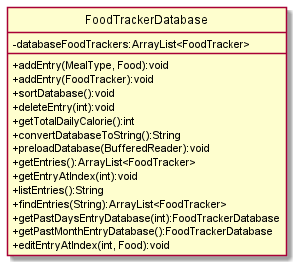
praj-bellakka/tp keeps this PlantUML diagram as docs/diagrams-DG/FoodTrackerDatabase_Class.png. Above is the earlier version.
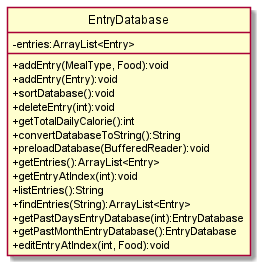
The same diagram one commit later.

The edit, as a diff of the source:
```diff
@@ -3,21 +3,21 @@
 hide circle
 skinparam classAttributeIconSize 0
 
-class FoodTrackerDatabase {
-- databaseFoodTrackers:ArrayList<FoodTracker>
+class EntryDatabase {
+- entries:ArrayList<Entry>
 + addEntry(MealType, Food):void
-+ addEntry(FoodTracker):void
++ addEntry(Entry):void
 + sortDatabase():void
 + deleteEntry(int):void
 + getTotalDailyCalorie():int
 + convertDatabaseToString():String
 + preloadDatabase(BufferedReader):void
-+ getEntries():ArrayList<FoodTracker>
++ getEntries():ArrayList<Entry>
 + getEntryAtIndex(int):void
 + listEntries():String
-+ findEntries(String):ArrayList<FoodTracker>
-+ getPastDaysEntryDatabase(int):FoodTrackerDatabase
-+ getPastMonthEntryDatabase():FoodTrackerDatabase
++ findEntries(String):ArrayList<Entry>
++ getPastDaysEntryDatabase(int):EntryDatabase
++ getPastMonthEntryDatabase():EntryDatabase
 + editEntryAtIndex(int, Food):void
 }
 
```
